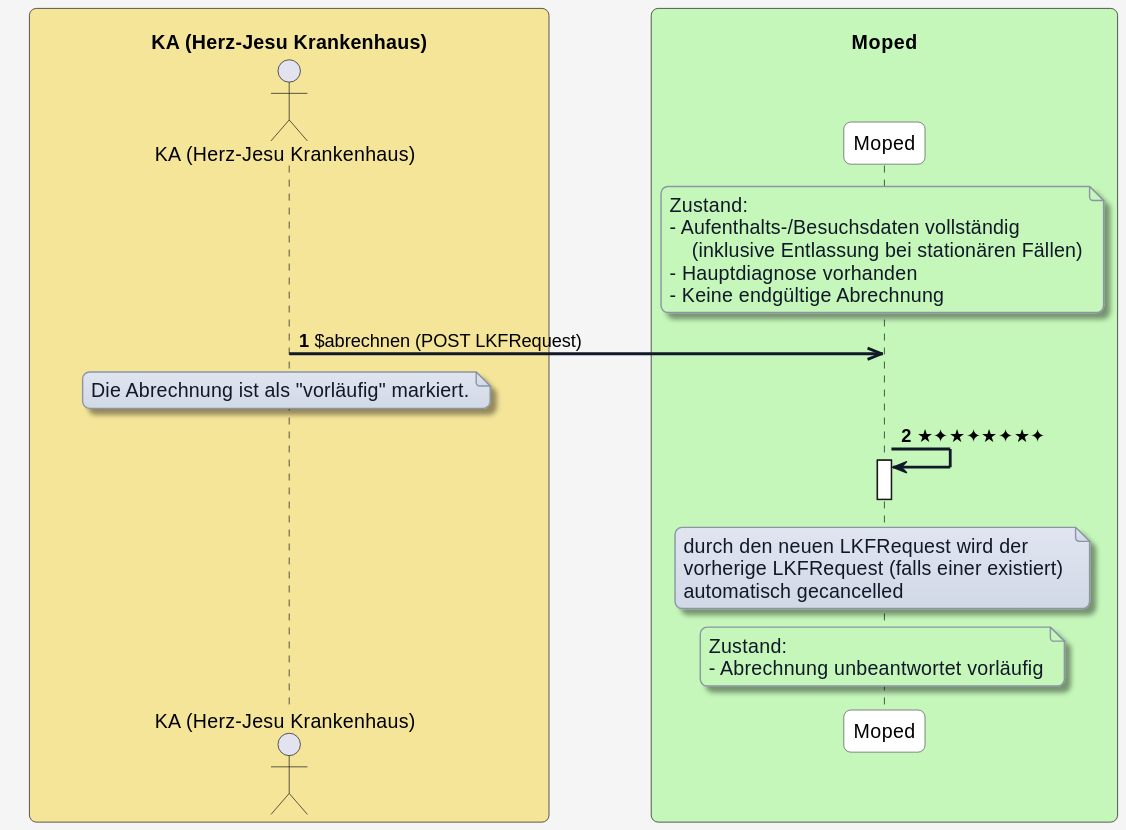
Before: r5-ELGA-MOPED-main/plantuml/moped-fall-abrechnen/abrechnen-vorlaeufig.svg, a diagram exported from PlantUML (HL7Austria/hl7austria.github.io). Its diagram source:
```plantuml
@startuml
skinparam borderColor #000000
skinparam backgroundColor #f5f5f5
skinparam shadowing false
skinparam roundCorner 10
skinparam defaultFontName "Arial"
skinparam defaultFontSize 14
skinparam defaultFontColor #000000

skinparam note {
  BackgroundColor #e0e5f0-#d1d9e6
  BorderColor #8b95a5
  BorderThickness 1
  RoundCorner 8
  Padding 6
  FontColor #111827
  Shadowing true
}

skinparam HyperlinkColor #0000EE
skinparam HyperlinkUnderline false

skinparam sequence {
  ParticipantBorderColor #555555
  ParticipantBackgroundColor #ffffff
  ParticipantFontColor #000000
  ParticipantFontSize 14
  ParticipantPadding 20
  ArrowColor #111827
  ArrowThickness 2
  ArrowFontColor #000000
  ArrowFontSize 13
  GroupBorderColor #111827
  GroupBackgroundColor #f3f4f6
  GroupBorderThickness 1
}

skinparam BoxPadding 20
skinparam BoxBorderColor #555555

box "\n                     KH (Herz-Jesu Krankenhaus)                     " #f5e599
  actor KH as "KH (Herz-Jesu Krankenhaus)"
end box

box "\n                                   Moped                                   " #c5f7ba
  participant MP as "Moped"
end box




autonumber

note over MP #c5f7ba
Zustand:
- Aufenthalts-/Besuchsdaten vollständig
    (inklusive Entlassung bei stationären Fällen)
- Hauptdiagnose vorhanden
- Keine endgültige Abrechnung
end note

KH ->> MP: $abrechnen (POST LKFRequest)

note over KH
Die Abrechnung ist als "vorläufig" markiert.
end note

MP -> MP: ★✦★✦★✦★✦
activate MP
deactivate MP

note over MP
durch den neuen LKFRequest wird der
vorherige LKFRequest (falls einer existiert)
automatisch gecancelled
end note

note over MP #c5f7ba
Zustand:
- Abrechnung unbeantwortet vorläufig
end note
@enduml
```
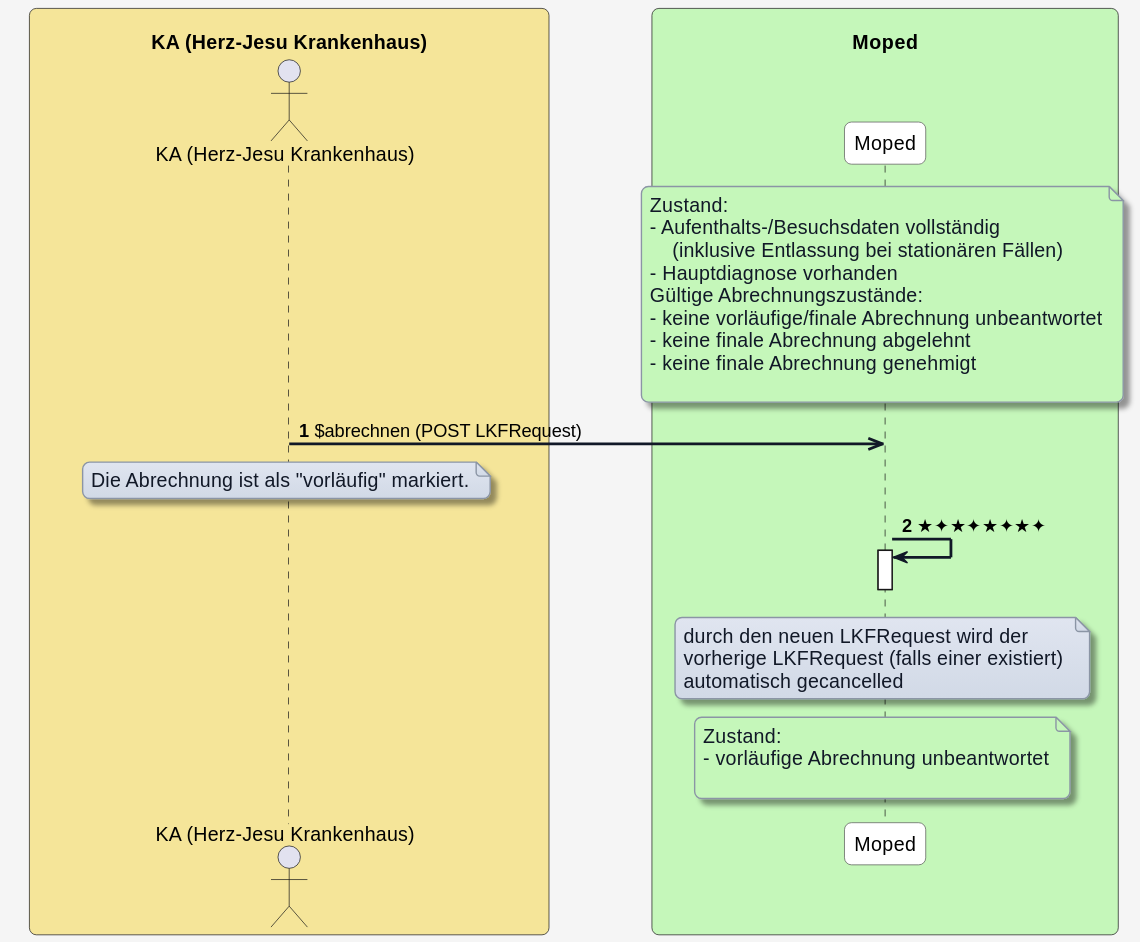
After the commit.

Diff of the diagram source:
```diff
@@ -38,8 +38,8 @@
 skinparam BoxPadding 20
 skinparam BoxBorderColor #555555
 
-box "\n                     KH (Herz-Jesu Krankenhaus)                     " #f5e599
-  actor KH as "KH (Herz-Jesu Krankenhaus)"
+box "\n                     KA (Herz-Jesu Krankenhaus)                     " #f5e599
+  actor KA as "KA (Herz-Jesu Krankenhaus)"
 end box
 
 box "\n                                   Moped                                   " #c5f7ba
@@ -56,12 +56,16 @@
 - Aufenthalts-/Besuchsdaten vollständig
     (inklusive Entlassung bei stationären Fällen)
 - Hauptdiagnose vorhanden
-- Keine endgültige Abrechnung
+Gültige Abrechnungszustände:
+- keine vorläufige/finale Abrechnung unbeantwortet
+- keine finale Abrechnung abgelehnt
+- keine finale Abrechnung genehmigt
+
 end note
 
-KH ->> MP: $abrechnen (POST LKFRequest)
+KA ->> MP: $abrechnen (POST LKFRequest)
 
-note over KH
+note over KA
 Die Abrechnung ist als "vorläufig" markiert.
 end note
 
@@ -77,6 +81,7 @@
 
 note over MP #c5f7ba
 Zustand:
-- Abrechnung unbeantwortet vorläufig
+- vorläufige Abrechnung unbeantwortet
+
 end note
 @enduml
```
